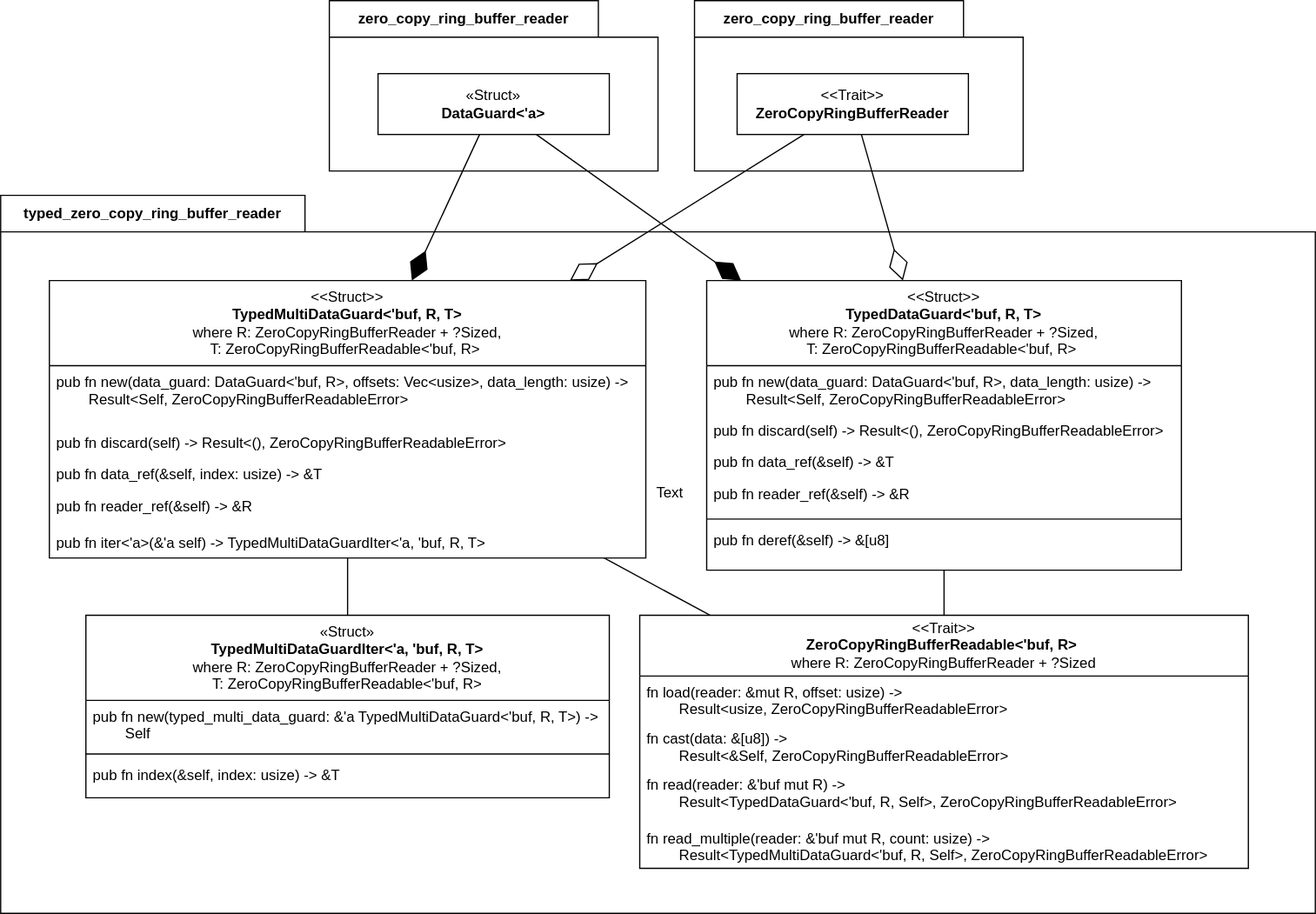
The draw.io diagram docs/assets/typed_zero_copy_ring_buffer_reader_diagram.svg in Tikitikitikidesuka/ibverbs-rs, before a commit. Source tidied: cells renumbered, new cells last; positions are measured from the earlier drawing's top-left corner, leaving out a move shared by most shapes. The source it was exported from:
```xml
<mxGraphModel>
  <root>
    <mxCell id="0" />
    <mxCell id="1" parent="0" />
    <mxCell id="2" value="typed_zero_copy_ring_buffer_reader" style="shape=folder;fontStyle=1;tabWidth=250;tabHeight=30;tabPosition=left;html=1;boundedLbl=1;labelInHeader=1;whiteSpace=wrap;" parent="1" vertex="1">
      <mxGeometry y="160" width="1080" height="590" as="geometry" />
    </mxCell>
    <mxCell id="3" value="&amp;lt;&amp;lt;Trait&amp;gt;&amp;gt;&lt;br style=&quot;border-color: var(--border-color);&quot;&gt;&lt;b&gt;ZeroCopyRingBufferReadable&amp;lt;'buf, R&amp;gt;&amp;nbsp;&lt;br&gt;&lt;/b&gt;where R: ZeroCopyRingBufferReader + ?Sized&lt;b&gt;&lt;br&gt;&lt;/b&gt;" style="swimlane;fontStyle=0;horizontal=1;startSize=50;fillColor=none;whiteSpace=wrap;html=1;" parent="2" vertex="1">
      <mxGeometry x="525" y="345" width="500" height="208" as="geometry" />
    </mxCell>
    <mxCell id="4" value="fn load(reader: &amp;amp;mut R, offset: usize) -&amp;gt;&lt;br&gt;&lt;span style=&quot;white-space: pre;&quot;&gt;&#9;&lt;/span&gt;Result&amp;lt;usize, ZeroCopyRingBufferReadableError&amp;gt;" style="text;strokeColor=none;fillColor=none;align=left;verticalAlign=top;spacingLeft=4;spacingRight=4;overflow=hidden;whiteSpace=wrap;html=1;" parent="3" vertex="1">
      <mxGeometry y="50" width="500" height="38" as="geometry" />
    </mxCell>
    <mxCell id="5" value="fn cast(data: &amp;amp;[u8]) -&amp;gt;&lt;br&gt;&lt;span style=&quot;white-space: pre;&quot;&gt;&#9;&lt;/span&gt;Result&amp;lt;&amp;amp;Self, ZeroCopyRingBufferReadableError&amp;gt;&amp;nbsp;" style="text;strokeColor=none;fillColor=none;align=left;verticalAlign=top;spacingLeft=4;spacingRight=4;overflow=hidden;whiteSpace=wrap;html=1;" parent="3" vertex="1">
      <mxGeometry y="88" width="500" height="38" as="geometry" />
    </mxCell>
    <mxCell id="6" value="fn read(reader: &amp;amp;'buf mut R) -&amp;gt;&lt;br&gt;&lt;span style=&quot;white-space: pre;&quot;&gt;&#9;&lt;/span&gt;Result&amp;lt;TypedDataGuard&amp;lt;'buf, R, Self&amp;gt;, ZeroCopyRingBufferReadableError&amp;gt;&amp;nbsp;" style="text;strokeColor=none;fillColor=none;align=left;verticalAlign=top;spacingLeft=4;spacingRight=4;overflow=hidden;whiteSpace=wrap;html=1;" parent="3" vertex="1">
      <mxGeometry y="126" width="500" height="44" as="geometry" />
    </mxCell>
    <mxCell id="7" value="fn read_multiple(reader: &amp;amp;'buf mut R, count: usize) -&amp;gt;&lt;br&gt;&lt;span style=&quot;white-space: pre;&quot;&gt;&#9;&lt;/span&gt;Result&amp;lt;TypedMultiDataGuard&amp;lt;'buf, R, Self&amp;gt;, ZeroCopyRingBufferReadableError&amp;gt;" style="text;strokeColor=none;fillColor=none;align=left;verticalAlign=top;spacingLeft=4;spacingRight=4;overflow=hidden;whiteSpace=wrap;html=1;" parent="3" vertex="1">
      <mxGeometry y="170" width="500" height="38" as="geometry" />
    </mxCell>
    <mxCell id="8" value="&amp;lt;&amp;lt;Struct&amp;gt;&amp;gt;&lt;br style=&quot;border-color: var(--border-color);&quot;&gt;&lt;span style=&quot;border-color: var(--border-color);&quot;&gt;&lt;b&gt;TypedDataGuard&amp;lt;'buf, R, T&amp;gt;&lt;/b&gt;&lt;br&gt;where R: ZeroCopyRingBufferReader + ?Sized,&lt;br&gt;T: ZeroCopyRingBufferReadable&amp;lt;'buf, R&amp;gt;&amp;nbsp;&lt;br&gt;&lt;/span&gt;" style="swimlane;fontStyle=0;horizontal=1;startSize=70;fillColor=none;whiteSpace=wrap;html=1;" parent="2" vertex="1">
      <mxGeometry x="580" y="70" width="390" height="238" as="geometry" />
    </mxCell>
    <mxCell id="9" value="pub fn new(data_guard: DataGuard&amp;lt;'buf, R&amp;gt;, data_length: usize) -&amp;gt;&lt;br&gt;&lt;span style=&quot;white-space: pre;&quot;&gt;&#9;&lt;/span&gt;Result&amp;lt;Self, ZeroCopyRingBufferReadableError&amp;gt;&amp;nbsp;" style="text;strokeColor=none;fillColor=none;align=left;verticalAlign=top;spacingLeft=4;spacingRight=4;overflow=hidden;whiteSpace=wrap;html=1;" parent="8" vertex="1">
      <mxGeometry y="70" width="390" height="40" as="geometry" />
    </mxCell>
    <mxCell id="10" value="pub fn discard(self) -&amp;gt; Result&amp;lt;(), ZeroCopyRingBufferReadableError&amp;gt;&amp;nbsp;" style="text;strokeColor=none;fillColor=none;align=left;verticalAlign=top;spacingLeft=4;spacingRight=4;overflow=hidden;whiteSpace=wrap;html=1;" parent="8" vertex="1">
      <mxGeometry y="110" width="390" height="26" as="geometry" />
    </mxCell>
    <mxCell id="11" value="pub fn data_ref(&amp;amp;self) -&amp;gt; &amp;amp;T&amp;nbsp;" style="text;strokeColor=none;fillColor=none;align=left;verticalAlign=top;spacingLeft=4;spacingRight=4;overflow=hidden;whiteSpace=wrap;html=1;" parent="8" vertex="1">
      <mxGeometry y="136" width="390" height="26" as="geometry" />
    </mxCell>
    <mxCell id="12" value="pub fn reader_ref(&amp;amp;self) -&amp;gt; &amp;amp;R" style="text;strokeColor=none;fillColor=none;align=left;verticalAlign=top;spacingLeft=4;spacingRight=4;overflow=hidden;whiteSpace=wrap;html=1;" parent="8" vertex="1">
      <mxGeometry y="162" width="390" height="30" as="geometry" />
    </mxCell>
    <mxCell id="13" style="line;strokeWidth=1;fillColor=none;align=left;verticalAlign=middle;spacingTop=-1;spacingLeft=3;spacingRight=3;labelPosition=right;strokeColor=inherit;" parent="8" vertex="1">
      <mxGeometry y="192" width="390" height="8" as="geometry" />
    </mxCell>
    <mxCell id="14" value="pub fn deref(&amp;amp;self) -&amp;gt; &amp;amp;[u8]" style="text;strokeColor=none;fillColor=none;align=left;verticalAlign=top;spacingLeft=4;spacingRight=4;overflow=hidden;whiteSpace=wrap;html=1;" parent="8" vertex="1">
      <mxGeometry y="200" width="390" height="38" as="geometry" />
    </mxCell>
    <mxCell id="15" style="endArrow=none;html=1;rounded=0;" parent="2" edge="1" source="3" target="8">
      <mxGeometry relative="1" as="geometry" />
    </mxCell>
    <mxCell id="16" value="&lt;span style=&quot;border-color: var(--border-color);&quot;&gt;«Struct»&lt;br&gt;&lt;b&gt;TypedMultiDataGuardIter&amp;lt;'a, 'buf, R, T&amp;gt;&lt;br&gt;&lt;/b&gt;where R: ZeroCopyRingBufferReader + ?Sized,&lt;br&gt;T: ZeroCopyRingBufferReadable&amp;lt;'buf, R&amp;gt;&lt;br&gt;&lt;/span&gt;" style="swimlane;fontStyle=0;horizontal=1;startSize=70;fillColor=none;whiteSpace=wrap;html=1;" parent="2" vertex="1">
      <mxGeometry x="70" y="345" width="430" height="150" as="geometry" />
    </mxCell>
    <mxCell id="17" value="pub fn new(typed_multi_data_guard: &amp;amp;'a TypedMultiDataGuard&amp;lt;'buf, R, T&amp;gt;) -&amp;gt;&lt;br&gt;&lt;span style=&quot;white-space: pre;&quot;&gt;&#9;&lt;/span&gt;Self" style="text;strokeColor=none;fillColor=none;align=left;verticalAlign=top;spacingLeft=4;spacingRight=4;overflow=hidden;whiteSpace=wrap;html=1;" parent="16" vertex="1">
      <mxGeometry y="70" width="430" height="40" as="geometry" />
    </mxCell>
    <mxCell id="18" style="line;strokeWidth=1;fillColor=none;align=left;verticalAlign=middle;spacingTop=-1;spacingLeft=3;spacingRight=3;labelPosition=right;strokeColor=inherit;" parent="16" vertex="1">
      <mxGeometry y="110" width="430" height="8" as="geometry" />
    </mxCell>
    <mxCell id="19" value="pub fn index(&amp;amp;self, index: usize) -&amp;gt; &amp;amp;T" style="text;strokeColor=none;fillColor=none;align=left;verticalAlign=top;spacingLeft=4;spacingRight=4;overflow=hidden;whiteSpace=wrap;html=1;" parent="16" vertex="1">
      <mxGeometry y="118" width="430" height="32" as="geometry" />
    </mxCell>
    <mxCell id="20" value="&amp;lt;&amp;lt;Struct&amp;gt;&amp;gt;&lt;br style=&quot;border-color: var(--border-color);&quot;&gt;&lt;span style=&quot;border-color: var(--border-color);&quot;&gt;&lt;b&gt;TypedMultiDataGuard&amp;lt;'buf, R, T&amp;gt;&lt;/b&gt;&lt;br&gt;where R: ZeroCopyRingBufferReader + ?Sized,&lt;br&gt;T: ZeroCopyRingBufferReadable&amp;lt;'buf, R&amp;gt;&amp;nbsp;&lt;br&gt;&lt;/span&gt;" style="swimlane;fontStyle=0;horizontal=1;startSize=70;fillColor=none;whiteSpace=wrap;html=1;" parent="2" vertex="1">
      <mxGeometry x="40" y="70" width="490" height="228" as="geometry" />
    </mxCell>
    <mxCell id="21" value="pub fn new(data_guard: DataGuard&amp;lt;'buf, R&amp;gt;, offsets: Vec&amp;lt;usize&amp;gt;, data_length: usize) -&amp;gt;&lt;br&gt;&lt;span style=&quot;white-space: pre;&quot;&gt;&#9;&lt;/span&gt;Result&amp;lt;Self, ZeroCopyRingBufferReadableError&amp;gt;&amp;nbsp;" style="text;strokeColor=none;fillColor=none;align=left;verticalAlign=top;spacingLeft=4;spacingRight=4;overflow=hidden;whiteSpace=wrap;html=1;" parent="20" vertex="1">
      <mxGeometry y="70" width="490" height="50" as="geometry" />
    </mxCell>
    <mxCell id="22" value="pub fn discard(self) -&amp;gt; Result&amp;lt;(), ZeroCopyRingBufferReadableError&amp;gt;&amp;nbsp;" style="text;strokeColor=none;fillColor=none;align=left;verticalAlign=top;spacingLeft=4;spacingRight=4;overflow=hidden;whiteSpace=wrap;html=1;" parent="20" vertex="1">
      <mxGeometry y="120" width="490" height="26" as="geometry" />
    </mxCell>
    <mxCell id="23" value="pub fn data_ref(&amp;amp;self, index: usize) -&amp;gt; &amp;amp;T&amp;nbsp;" style="text;strokeColor=none;fillColor=none;align=left;verticalAlign=top;spacingLeft=4;spacingRight=4;overflow=hidden;whiteSpace=wrap;html=1;" parent="20" vertex="1">
      <mxGeometry y="146" width="490" height="26" as="geometry" />
    </mxCell>
    <mxCell id="24" value="pub fn reader_ref(&amp;amp;self) -&amp;gt; &amp;amp;R" style="text;strokeColor=none;fillColor=none;align=left;verticalAlign=top;spacingLeft=4;spacingRight=4;overflow=hidden;whiteSpace=wrap;html=1;" parent="20" vertex="1">
      <mxGeometry y="172" width="490" height="30" as="geometry" />
    </mxCell>
    <mxCell id="25" value="pub fn iter&amp;lt;'a&amp;gt;(&amp;amp;'a self) -&amp;gt; TypedMultiDataGuardIter&amp;lt;'a, 'buf, R, T&amp;gt;" style="text;strokeColor=none;fillColor=none;align=left;verticalAlign=top;spacingLeft=4;spacingRight=4;overflow=hidden;whiteSpace=wrap;html=1;" parent="20" vertex="1">
      <mxGeometry y="202" width="490" height="26" as="geometry" />
    </mxCell>
    <mxCell id="26" style="endArrow=none;html=1;rounded=0;" parent="2" edge="1" source="20" target="3">
      <mxGeometry relative="1" as="geometry" />
    </mxCell>
    <mxCell id="27" style="endArrow=none;html=1;rounded=0;" parent="2" edge="1" source="16" target="20">
      <mxGeometry relative="1" as="geometry" />
    </mxCell>
    <mxCell id="28" value="zero_copy_ring_buffer_reader" style="shape=folder;fontStyle=1;tabWidth=221;tabHeight=30;tabPosition=left;html=1;boundedLbl=1;labelInHeader=1;whiteSpace=wrap;" parent="1" vertex="1">
      <mxGeometry x="270" width="270" height="140" as="geometry" />
    </mxCell>
    <mxCell id="29" value="«Struct»&lt;br&gt;&lt;b&gt;DataGuard&amp;lt;'a&amp;gt;&lt;/b&gt;" style="html=1;whiteSpace=wrap;" parent="28" vertex="1">
      <mxGeometry x="40" y="60" width="190" height="50" as="geometry" />
    </mxCell>
    <mxCell id="30" style="endArrow=diamondThin;endFill=1;endSize=24;html=1;rounded=0;" parent="1" edge="1" source="29" target="8">
      <mxGeometry relative="1" as="geometry" />
    </mxCell>
    <mxCell id="31" style="endArrow=diamondThin;endFill=1;endSize=24;html=1;rounded=0;" parent="1" edge="1" source="29" target="20">
      <mxGeometry relative="1" as="geometry" />
    </mxCell>
    <mxCell id="32" value="zero_copy_ring_buffer_reader" style="shape=folder;fontStyle=1;tabWidth=221;tabHeight=30;tabPosition=left;html=1;boundedLbl=1;labelInHeader=1;whiteSpace=wrap;" parent="1" vertex="1">
      <mxGeometry x="570" width="270" height="140" as="geometry" />
    </mxCell>
    <mxCell id="33" value="&amp;lt;&amp;lt;Trait&amp;gt;&amp;gt;&lt;br style=&quot;border-color: var(--border-color);&quot;&gt;&lt;b style=&quot;border-color: var(--border-color);&quot;&gt;ZeroCopyRingBufferReader&lt;/b&gt;" style="html=1;whiteSpace=wrap;" parent="32" vertex="1">
      <mxGeometry x="35" y="60" width="190" height="50" as="geometry" />
    </mxCell>
    <mxCell id="34" style="endArrow=diamondThin;endFill=0;endSize=24;html=1;rounded=0;" parent="1" edge="1" source="33" target="20">
      <mxGeometry relative="1" as="geometry" />
    </mxCell>
    <mxCell id="35" style="endArrow=diamondThin;endFill=0;endSize=24;html=1;rounded=0;" parent="1" edge="1" source="33" target="8">
      <mxGeometry relative="1" as="geometry" />
    </mxCell>
    <mxCell id="36" value="Text" style="text;strokeColor=none;align=center;fillColor=none;html=1;verticalAlign=middle;whiteSpace=wrap;rounded=0;" parent="1" vertex="1">
      <mxGeometry x="520" y="390" width="60" height="30" as="geometry" />
    </mxCell>
  </root>
</mxGraphModel>
```
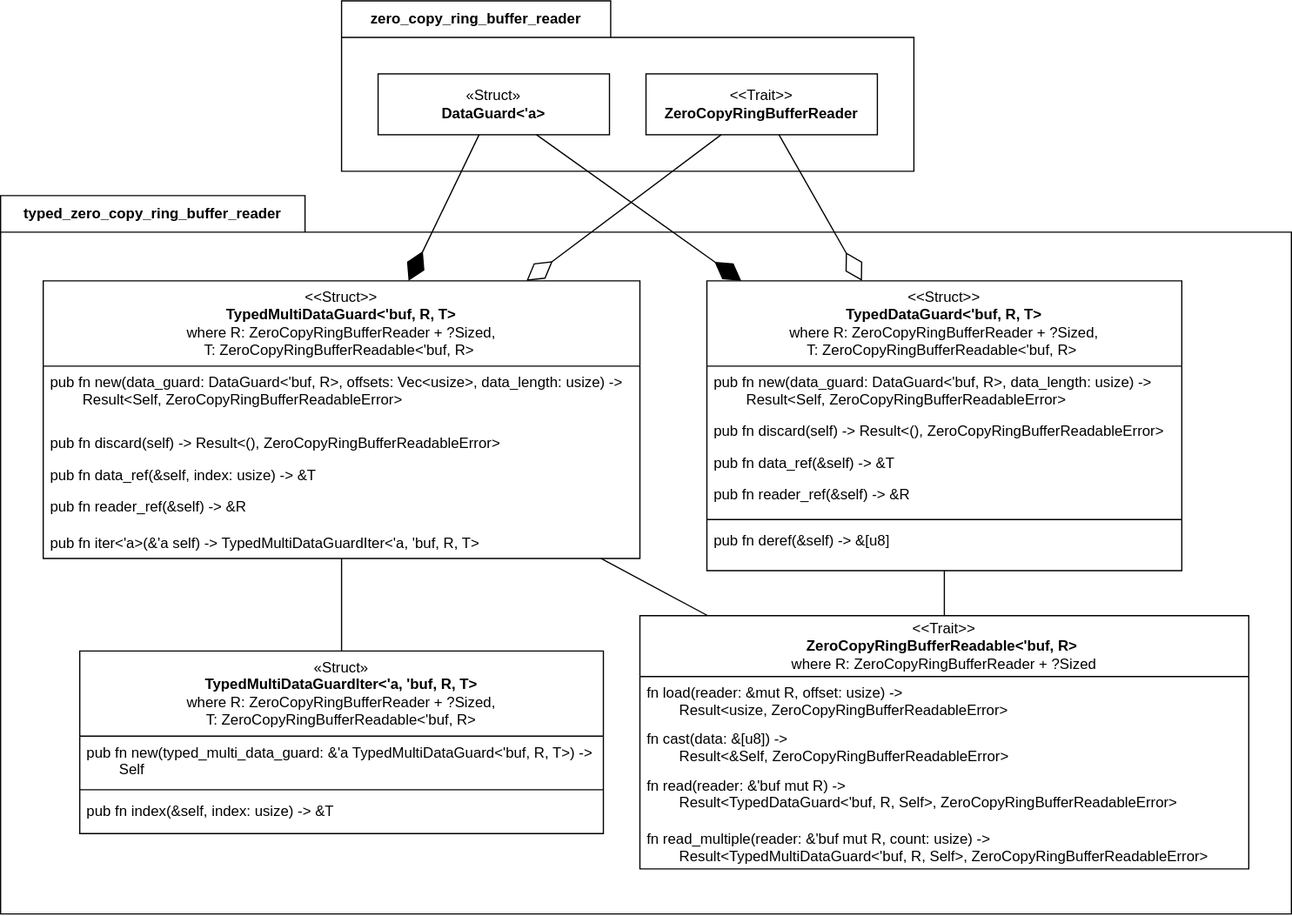
After the commit.

Change to the diagram source:
```diff
@@ -3,7 +3,7 @@
     <mxCell id="0" />
     <mxCell id="1" parent="0" />
     <mxCell id="2" value="typed_zero_copy_ring_buffer_reader" style="shape=folder;fontStyle=1;tabWidth=250;tabHeight=30;tabPosition=left;html=1;boundedLbl=1;labelInHeader=1;whiteSpace=wrap;" parent="1" vertex="1">
-      <mxGeometry y="160" width="1080" height="590" as="geometry" />
+      <mxGeometry y="160" width="1060" height="590" as="geometry" />
     </mxCell>
     <mxCell id="3" value="&amp;lt;&amp;lt;Trait&amp;gt;&amp;gt;&lt;br style=&quot;border-color: var(--border-color);&quot;&gt;&lt;b&gt;ZeroCopyRingBufferReadable&amp;lt;'buf, R&amp;gt;&amp;nbsp;&lt;br&gt;&lt;/b&gt;where R: ZeroCopyRingBufferReader + ?Sized&lt;b&gt;&lt;br&gt;&lt;/b&gt;" style="swimlane;fontStyle=0;horizontal=1;startSize=50;fillColor=none;whiteSpace=wrap;html=1;" parent="2" vertex="1">
       <mxGeometry x="525" y="345" width="500" height="208" as="geometry" />
@@ -45,7 +45,7 @@
       <mxGeometry relative="1" as="geometry" />
     </mxCell>
     <mxCell id="16" value="&lt;span style=&quot;border-color: var(--border-color);&quot;&gt;«Struct»&lt;br&gt;&lt;b&gt;TypedMultiDataGuardIter&amp;lt;'a, 'buf, R, T&amp;gt;&lt;br&gt;&lt;/b&gt;where R: ZeroCopyRingBufferReader + ?Sized,&lt;br&gt;T: ZeroCopyRingBufferReadable&amp;lt;'buf, R&amp;gt;&lt;br&gt;&lt;/span&gt;" style="swimlane;fontStyle=0;horizontal=1;startSize=70;fillColor=none;whiteSpace=wrap;html=1;" parent="2" vertex="1">
-      <mxGeometry x="70" y="345" width="430" height="150" as="geometry" />
+      <mxGeometry x="65" y="374" width="430" height="150" as="geometry" />
     </mxCell>
     <mxCell id="17" value="pub fn new(typed_multi_data_guard: &amp;amp;'a TypedMultiDataGuard&amp;lt;'buf, R, T&amp;gt;) -&amp;gt;&lt;br&gt;&lt;span style=&quot;white-space: pre;&quot;&gt;&#9;&lt;/span&gt;Self" style="text;strokeColor=none;fillColor=none;align=left;verticalAlign=top;spacingLeft=4;spacingRight=4;overflow=hidden;whiteSpace=wrap;html=1;" parent="16" vertex="1">
       <mxGeometry y="70" width="430" height="40" as="geometry" />
@@ -57,7 +57,7 @@
       <mxGeometry y="118" width="430" height="32" as="geometry" />
     </mxCell>
     <mxCell id="20" value="&amp;lt;&amp;lt;Struct&amp;gt;&amp;gt;&lt;br style=&quot;border-color: var(--border-color);&quot;&gt;&lt;span style=&quot;border-color: var(--border-color);&quot;&gt;&lt;b&gt;TypedMultiDataGuard&amp;lt;'buf, R, T&amp;gt;&lt;/b&gt;&lt;br&gt;where R: ZeroCopyRingBufferReader + ?Sized,&lt;br&gt;T: ZeroCopyRingBufferReadable&amp;lt;'buf, R&amp;gt;&amp;nbsp;&lt;br&gt;&lt;/span&gt;" style="swimlane;fontStyle=0;horizontal=1;startSize=70;fillColor=none;whiteSpace=wrap;html=1;" parent="2" vertex="1">
-      <mxGeometry x="40" y="70" width="490" height="228" as="geometry" />
+      <mxGeometry x="35" y="70" width="490" height="228" as="geometry" />
     </mxCell>
     <mxCell id="21" value="pub fn new(data_guard: DataGuard&amp;lt;'buf, R&amp;gt;, offsets: Vec&amp;lt;usize&amp;gt;, data_length: usize) -&amp;gt;&lt;br&gt;&lt;span style=&quot;white-space: pre;&quot;&gt;&#9;&lt;/span&gt;Result&amp;lt;Self, ZeroCopyRingBufferReadableError&amp;gt;&amp;nbsp;" style="text;strokeColor=none;fillColor=none;align=left;verticalAlign=top;spacingLeft=4;spacingRight=4;overflow=hidden;whiteSpace=wrap;html=1;" parent="20" vertex="1">
       <mxGeometry y="70" width="490" height="50" as="geometry" />
@@ -81,31 +81,25 @@
       <mxGeometry relative="1" as="geometry" />
     </mxCell>
     <mxCell id="28" value="zero_copy_ring_buffer_reader" style="shape=folder;fontStyle=1;tabWidth=221;tabHeight=30;tabPosition=left;html=1;boundedLbl=1;labelInHeader=1;whiteSpace=wrap;" parent="1" vertex="1">
-      <mxGeometry x="270" width="270" height="140" as="geometry" />
+      <mxGeometry x="280" width="470" height="140" as="geometry" />
     </mxCell>
     <mxCell id="29" value="«Struct»&lt;br&gt;&lt;b&gt;DataGuard&amp;lt;'a&amp;gt;&lt;/b&gt;" style="html=1;whiteSpace=wrap;" parent="28" vertex="1">
-      <mxGeometry x="40" y="60" width="190" height="50" as="geometry" />
+      <mxGeometry x="30" y="60" width="190" height="50" as="geometry" />
     </mxCell>
+    <mxCell id="33" value="&amp;lt;&amp;lt;Trait&amp;gt;&amp;gt;&lt;br style=&quot;border-color: var(--border-color);&quot;&gt;&lt;b style=&quot;border-color: var(--border-color);&quot;&gt;ZeroCopyRingBufferReader&lt;/b&gt;" style="html=1;whiteSpace=wrap;" parent="28" vertex="1">
+      <mxGeometry x="250" y="60" width="190" height="50" as="geometry" />
+    </mxCell>
     <mxCell id="30" style="endArrow=diamondThin;endFill=1;endSize=24;html=1;rounded=0;" parent="1" edge="1" source="29" target="8">
       <mxGeometry relative="1" as="geometry" />
     </mxCell>
     <mxCell id="31" style="endArrow=diamondThin;endFill=1;endSize=24;html=1;rounded=0;" parent="1" edge="1" source="29" target="20">
       <mxGeometry relative="1" as="geometry" />
     </mxCell>
-    <mxCell id="32" value="zero_copy_ring_buffer_reader" style="shape=folder;fontStyle=1;tabWidth=221;tabHeight=30;tabPosition=left;html=1;boundedLbl=1;labelInHeader=1;whiteSpace=wrap;" parent="1" vertex="1">
-      <mxGeometry x="570" width="270" height="140" as="geometry" />
-    </mxCell>
-    <mxCell id="33" value="&amp;lt;&amp;lt;Trait&amp;gt;&amp;gt;&lt;br style=&quot;border-color: var(--border-color);&quot;&gt;&lt;b style=&quot;border-color: var(--border-color);&quot;&gt;ZeroCopyRingBufferReader&lt;/b&gt;" style="html=1;whiteSpace=wrap;" parent="32" vertex="1">
-      <mxGeometry x="35" y="60" width="190" height="50" as="geometry" />
-    </mxCell>
     <mxCell id="34" style="endArrow=diamondThin;endFill=0;endSize=24;html=1;rounded=0;" parent="1" edge="1" source="33" target="20">
       <mxGeometry relative="1" as="geometry" />
     </mxCell>
     <mxCell id="35" style="endArrow=diamondThin;endFill=0;endSize=24;html=1;rounded=0;" parent="1" edge="1" source="33" target="8">
       <mxGeometry relative="1" as="geometry" />
     </mxCell>
-    <mxCell id="36" value="Text" style="text;strokeColor=none;align=center;fillColor=none;html=1;verticalAlign=middle;whiteSpace=wrap;rounded=0;" parent="1" vertex="1">
-      <mxGeometry x="520" y="390" width="60" height="30" as="geometry" />
-    </mxCell>
   </root>
 </mxGraphModel>
```
